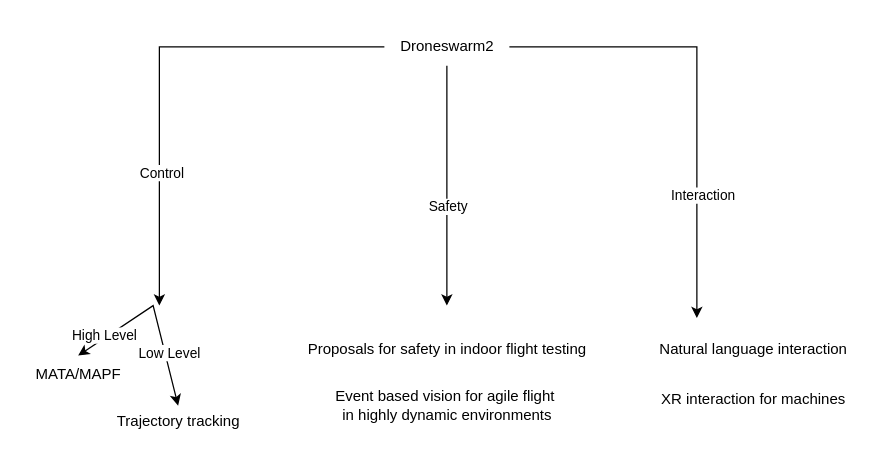
aaronxavier/drawio keeps this draw.io diagram as DroneSwarm2.drawio. Above is the earlier version. Source tidied: cells renumbered, new cells numbered last; positions are measured from the earlier drawing's top-left corner, leaving out a move shared by most shapes. Both pictures are drawn from the tidied source at 125%, with x=0, y=0 at pixel (21, 28).
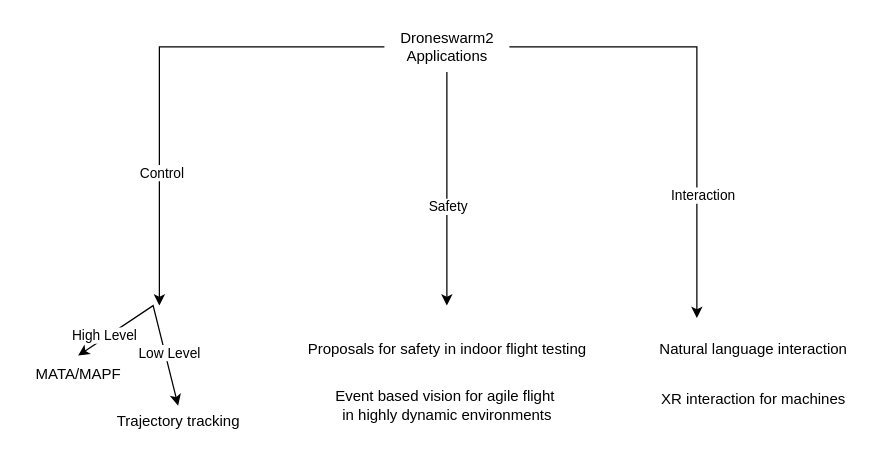
The same page after the edit.

Diff of the diagram source:
```diff
@@
-    <mxCell id="8" value="&lt;div&gt;Droneswarm2&lt;/div&gt;" style="text;html=1;align=center;verticalAlign=middle;points=[];strokeColor=none;fillColor=none;" parent="1" vertex="1">
-      <mxGeometry x="290" width="100" height="30" as="geometry" />
+    <mxCell id="8" value="&lt;div&gt;Droneswarm2&lt;br&gt;Applications&lt;/div&gt;" style="text;html=1;align=center;verticalAlign=middle;points=[];strokeColor=none;fillColor=none;" parent="1" vertex="1">
+      <mxGeometry x="290" y="-5" width="100" height="40" as="geometry" />
     </mxCell>
```
